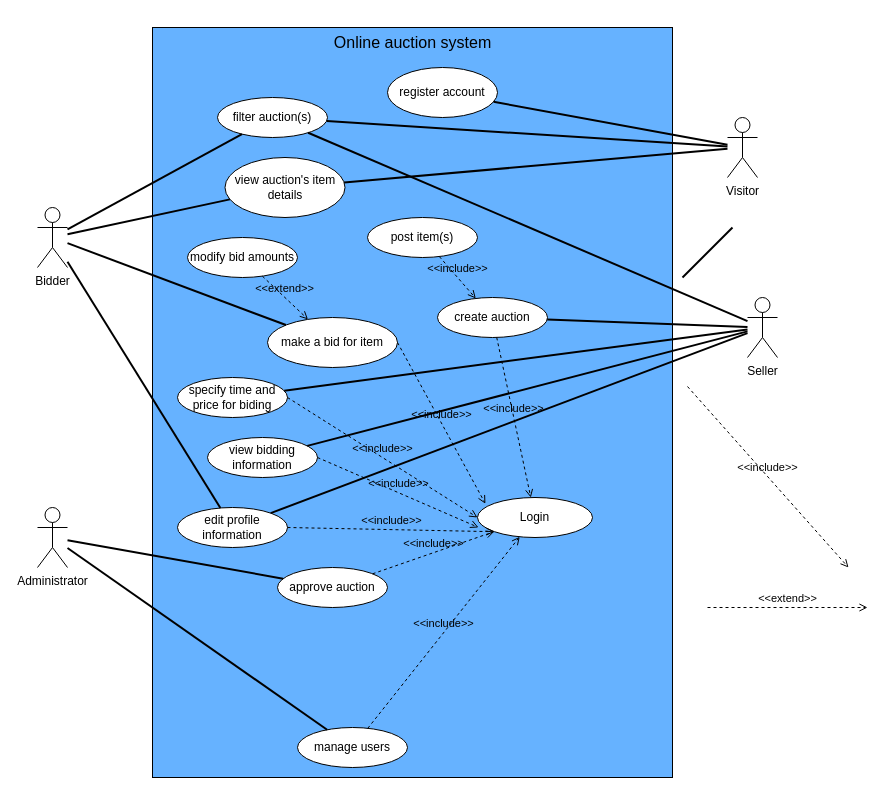
Earlier version of the draw.io diagram page "Page-1" (1 of 23) of ooad-usecase-model.drawio (dotruong1910/ooad). Source tidied: cells renumbered, new cells numbered last; positions are measured from the earlier drawing's top-left corner, leaving out a move shared by most shapes. Both pictures are drawn from the tidied source at 100%, with x=0, y=0 at pixel (37, 27).
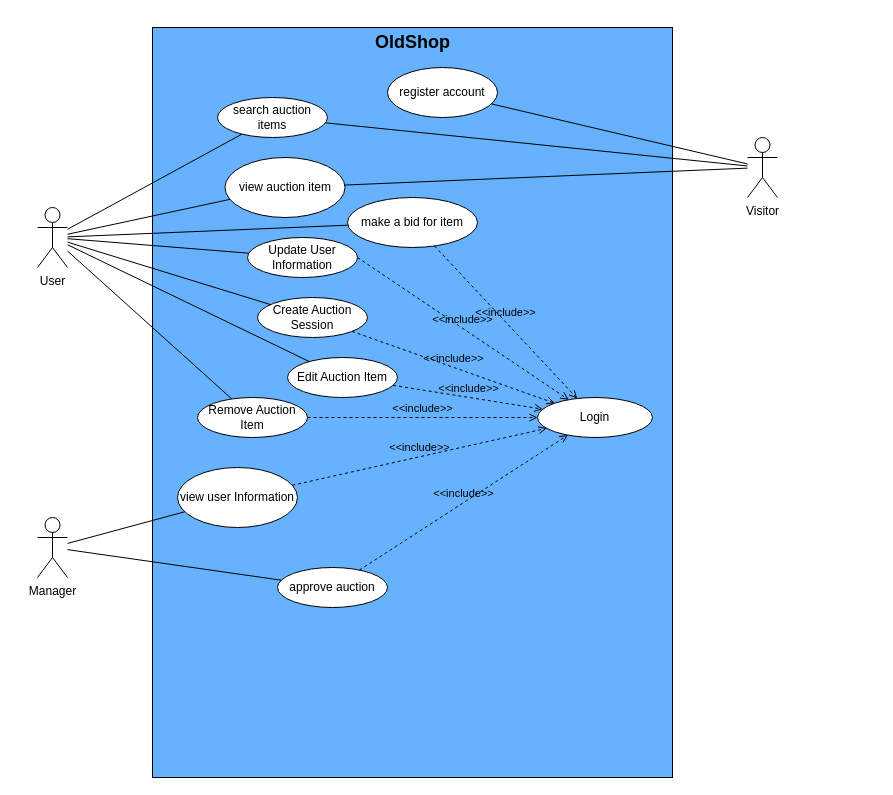
The same diagram, later.

Unchanged cells that the change refers to:
```xml
<mxCell id="14" value="approve auction" style="ellipse;whiteSpace=wrap;html=1;" parent="1" vertex="1">
  <mxGeometry x="240" y="540" width="110" height="40" as="geometry" />
</mxCell>
<mxCell id="32" value="register account" style="ellipse;whiteSpace=wrap;html=1;" parent="1" vertex="1">
  <mxGeometry x="350" y="40" width="110" height="50" as="geometry" />
</mxCell>
```

The edit, as a diff of the source:
```diff
@@
-    <mxCell id="3" value="Bidder" style="shape=umlActor;verticalLabelPosition=bottom;verticalAlign=top;html=1;outlineConnect=0;" parent="1" vertex="1">
+    <mxCell id="3" value="User" style="shape=umlActor;verticalLabelPosition=bottom;verticalAlign=top;html=1;outlineConnect=0;" parent="1" vertex="1">
       <mxGeometry y="180" width="30" height="60" as="geometry" />
     </mxCell>
-    <mxCell id="4" value="Seller" style="shape=umlActor;verticalLabelPosition=bottom;verticalAlign=top;html=1;outlineConnect=0;" parent="1" vertex="1">
-      <mxGeometry x="710" y="270" width="30" height="60" as="geometry" />
-    </mxCell>
-    <mxCell id="5" value="Administrator" style="shape=umlActor;verticalLabelPosition=bottom;verticalAlign=top;html=1;outlineConnect=0;" parent="1" vertex="1">
-      <mxGeometry y="480" width="30" height="60" as="geometry" />
+    <mxCell id="5" value="Manager" style="shape=umlActor;verticalLabelPosition=bottom;verticalAlign=top;html=1;outlineConnect=0;" parent="1" vertex="1">
+      <mxGeometry y="490" width="30" height="60" as="geometry" />
     </mxCell>
-    <mxCell id="6" value="filter auction(s)" style="ellipse;whiteSpace=wrap;html=1;" parent="1" vertex="1">
+    <mxCell id="6" value="search auction items" style="ellipse;whiteSpace=wrap;html=1;" parent="1" vertex="1">
       <mxGeometry x="180" y="70" width="110" height="40" as="geometry" />
     </mxCell>
     <mxCell id="7" value="Login" style="ellipse;whiteSpace=wrap;html=1;" parent="1" vertex="1">
-      <mxGeometry x="440" y="470" width="115" height="40" as="geometry" />
+      <mxGeometry x="500" y="370" width="115" height="40" as="geometry" />
     </mxCell>
-    <mxCell id="8" value="post item(s)" style="ellipse;whiteSpace=wrap;html=1;" parent="1" vertex="1">
-      <mxGeometry x="330" y="190" width="110" height="40" as="geometry" />
-    </mxCell>
-    <mxCell id="9" value="view auction's item details" style="ellipse;whiteSpace=wrap;html=1;" parent="1" vertex="1">
+    <mxCell id="9" value="view auction item " style="ellipse;whiteSpace=wrap;html=1;" parent="1" vertex="1">
       <mxGeometry x="187.5" y="130" width="120" height="60" as="geometry" />
     </mxCell>
     <mxCell id="10" value="make a bid for item" style="ellipse;whiteSpace=wrap;html=1;" parent="1" vertex="1">
-      <mxGeometry x="230" y="290" width="130" height="50" as="geometry" />
+      <mxGeometry x="310" y="170" width="130" height="50" as="geometry" />
     </mxCell>
-    <mxCell id="11" value="specify time and price for biding" style="ellipse;whiteSpace=wrap;html=1;" parent="1" vertex="1">
-      <mxGeometry x="140" y="350" width="110" height="40" as="geometry" />
-    </mxCell>
-    <mxCell id="12" value="view bidding information" style="ellipse;whiteSpace=wrap;html=1;" parent="1" vertex="1">
-      <mxGeometry x="170" y="410" width="110" height="40" as="geometry" />
-    </mxCell>
-    <mxCell id="13" value="edit profile information" style="ellipse;whiteSpace=wrap;html=1;" parent="1" vertex="1">
-      <mxGeometry x="140" y="480" width="110" height="40" as="geometry" />
+    <mxCell id="13" value="Update User Information" style="ellipse;whiteSpace=wrap;html=1;" parent="1" vertex="1">
+      <mxGeometry x="210" y="210" width="110" height="40" as="geometry" />
     </mxCell>
@@
-    <mxCell id="15" value="manage users" style="ellipse;whiteSpace=wrap;html=1;" parent="1" vertex="1">
-      <mxGeometry x="260" y="700" width="110" height="40" as="geometry" />
-    </mxCell>
-    <mxCell id="16" value="&amp;lt;&amp;lt;include&amp;gt;&amp;gt;" style="html=1;verticalAlign=bottom;labelBackgroundColor=none;endArrow=open;endFill=0;dashed=1;rounded=0;exitX=1;exitY=0.5;exitDx=0;exitDy=0;entryX=0.069;entryY=0.157;entryDx=0;entryDy=0;entryPerimeter=0;" parent="1" edge="1" source="10" target="7">
-      <mxGeometry relative="1" as="geometry" />
-    </mxCell>
-    <mxCell id="17" value="&amp;lt;&amp;lt;include&amp;gt;&amp;gt;" style="html=1;verticalAlign=bottom;labelBackgroundColor=none;endArrow=open;endFill=0;dashed=1;rounded=0;exitX=1;exitY=0.5;exitDx=0;exitDy=0;entryX=0;entryY=0.5;entryDx=0;entryDy=0;" parent="1" edge="1" source="11" target="7">
-      <mxGeometry relative="1" as="geometry" />
-    </mxCell>
-    <mxCell id="18" value="&amp;lt;&amp;lt;include&amp;gt;&amp;gt;" style="html=1;verticalAlign=bottom;labelBackgroundColor=none;endArrow=open;endFill=0;dashed=1;rounded=0;exitX=1;exitY=0.5;exitDx=0;exitDy=0;entryX=0.009;entryY=0.749;entryDx=0;entryDy=0;entryPerimeter=0;" parent="1" edge="1" source="12" target="7">
-      <mxGeometry relative="1" as="geometry" />
-    </mxCell>
-    <mxCell id="19" value="&amp;lt;&amp;lt;include&amp;gt;&amp;gt;" style="html=1;verticalAlign=bottom;labelBackgroundColor=none;endArrow=open;endFill=0;dashed=1;rounded=0;exitX=1;exitY=0.5;exitDx=0;exitDy=0;entryX=0;entryY=1;entryDx=0;entryDy=0;" parent="1" edge="1" source="13" target="7">
+    <mxCell id="19" value="&amp;lt;&amp;lt;include&amp;gt;&amp;gt;" style="html=1;verticalAlign=bottom;labelBackgroundColor=none;endArrow=open;endFill=0;dashed=1;rounded=0;exitX=1;exitY=0.5;exitDx=0;exitDy=0;" parent="1" edge="1" source="13" target="7">
       <mxGeometry relative="1" as="geometry" />
     </mxCell>
-    <mxCell id="20" style="endArrow=none;startArrow=none;endFill=0;startFill=0;endSize=8;html=1;verticalAlign=bottom;labelBackgroundColor=none;strokeWidth=2;rounded=0;" parent="1" edge="1" source="13" target="4">
-      <mxGeometry relative="1" as="geometry" />
-    </mxCell>
-    <mxCell id="21" style="endArrow=none;startArrow=none;endFill=0;startFill=0;endSize=8;html=1;verticalAlign=bottom;labelBackgroundColor=none;strokeWidth=2;rounded=0;" parent="1" edge="1" source="11" target="4">
-      <mxGeometry relative="1" as="geometry" />
-    </mxCell>
-    <mxCell id="22" style="endArrow=none;startArrow=none;endFill=0;startFill=0;endSize=8;html=1;verticalAlign=bottom;labelBackgroundColor=none;strokeWidth=2;rounded=0;" parent="1" edge="1" source="3" target="9">
+    <mxCell id="22" style="endArrow=none;startArrow=none;endFill=0;startFill=0;endSize=8;html=1;verticalAlign=bottom;labelBackgroundColor=none;strokeWidth=1;rounded=0;" parent="1" edge="1" source="3" target="9">
       <mxGeometry relative="1" as="geometry" />
     </mxCell>
-    <mxCell id="23" style="endArrow=none;startArrow=none;endFill=0;startFill=0;endSize=8;html=1;verticalAlign=bottom;labelBackgroundColor=none;strokeWidth=2;rounded=0;" parent="1" edge="1" source="12" target="4">
-      <mxGeometry relative="1" as="geometry" />
-    </mxCell>
-    <mxCell id="24" style="endArrow=none;startArrow=none;endFill=0;startFill=0;endSize=8;html=1;verticalAlign=bottom;labelBackgroundColor=none;strokeWidth=2;rounded=0;" parent="1" edge="1" source="3" target="13">
+    <mxCell id="24" style="endArrow=none;startArrow=none;endFill=0;startFill=0;endSize=8;html=1;verticalAlign=bottom;labelBackgroundColor=none;strokeWidth=1;rounded=0;" parent="1" edge="1" source="3" target="13">
       <mxGeometry relative="1" as="geometry" />
     </mxCell>
-    <mxCell id="25" style="endArrow=none;startArrow=none;endFill=0;startFill=0;endSize=8;html=1;verticalAlign=bottom;labelBackgroundColor=none;strokeWidth=2;rounded=0;" parent="1" edge="1" source="3" target="10">
+    <mxCell id="25" style="endArrow=none;startArrow=none;endFill=0;startFill=0;endSize=8;html=1;verticalAlign=bottom;labelBackgroundColor=none;strokeWidth=1;rounded=0;" parent="1" edge="1" source="3" target="10">
       <mxGeometry relative="1" as="geometry" />
     </mxCell>
-    <mxCell id="26" style="endArrow=none;startArrow=none;endFill=0;startFill=0;endSize=8;html=1;verticalAlign=bottom;labelBackgroundColor=none;strokeWidth=2;rounded=0;" parent="1" edge="1" source="3" target="6">
+    <mxCell id="26" style="endArrow=none;startArrow=none;endFill=0;startFill=0;endSize=8;html=1;verticalAlign=bottom;labelBackgroundColor=none;strokeWidth=1;rounded=0;" parent="1" edge="1" source="3" target="6">
       <mxGeometry relative="1" as="geometry" />
     </mxCell>
-    <mxCell id="27" style="endArrow=none;startArrow=none;endFill=0;startFill=0;endSize=8;html=1;verticalAlign=bottom;labelBackgroundColor=none;strokeWidth=2;rounded=0;" parent="1" edge="1" source="6" target="4">
-      <mxGeometry relative="1" as="geometry" />
-    </mxCell>
-    <mxCell id="28" style="endArrow=none;startArrow=none;endFill=0;startFill=0;endSize=8;html=1;verticalAlign=bottom;labelBackgroundColor=none;strokeWidth=2;rounded=0;" parent="1" edge="1" source="5" target="14">
+    <mxCell id="28" style="endArrow=none;startArrow=none;endFill=0;startFill=0;endSize=8;html=1;verticalAlign=bottom;labelBackgroundColor=none;strokeWidth=1;rounded=0;" parent="1" edge="1" source="5" target="14">
       <mxGeometry relative="1" as="geometry" />
     </mxCell>
-    <mxCell id="29" style="endArrow=none;startArrow=none;endFill=0;startFill=0;endSize=8;html=1;verticalAlign=bottom;labelBackgroundColor=none;strokeWidth=2;rounded=0;" parent="1" edge="1" source="5" target="15">
-      <mxGeometry relative="1" as="geometry" />
-    </mxCell>
@@
-    <mxCell id="31" value="&amp;lt;&amp;lt;include&amp;gt;&amp;gt;" style="html=1;verticalAlign=bottom;labelBackgroundColor=none;endArrow=open;endFill=0;dashed=1;rounded=0;" parent="1" edge="1" source="15" target="7">
-      <mxGeometry relative="1" as="geometry" />
-    </mxCell>
@@
-    <mxCell id="33" value="&lt;font style=&quot;font-size: 16px;&quot;&gt;Online auction system&lt;/font&gt;" style="text;html=1;strokeColor=none;fillColor=none;align=center;verticalAlign=middle;whiteSpace=wrap;rounded=0;" parent="1" vertex="1">
+    <mxCell id="33" value="&lt;h2&gt;OldShop&lt;/h2&gt;" style="text;html=1;strokeColor=none;fillColor=none;align=center;verticalAlign=middle;whiteSpace=wrap;rounded=0;" parent="1" vertex="1">
       <mxGeometry x="278" width="195" height="30" as="geometry" />
     </mxCell>
     <mxCell id="34" value="Visitor" style="shape=umlActor;verticalLabelPosition=bottom;verticalAlign=top;html=1;outlineConnect=0;" parent="1" vertex="1">
-      <mxGeometry x="690" y="90" width="30" height="60" as="geometry" />
+      <mxGeometry x="710" y="110" width="30" height="60" as="geometry" />
     </mxCell>
-    <mxCell id="35" style="endArrow=none;html=1;rounded=0;strokeWidth=2;" parent="1" edge="1" source="9" target="34">
+    <mxCell id="35" style="endArrow=none;html=1;rounded=0;strokeWidth=1;" parent="1" edge="1" source="9" target="34">
       <mxGeometry relative="1" as="geometry" />
     </mxCell>
-    <mxCell id="36" style="endArrow=none;html=1;rounded=0;strokeWidth=2;" parent="1" edge="1" source="6" target="34">
+    <mxCell id="36" style="endArrow=none;html=1;rounded=0;strokeWidth=1;" parent="1" edge="1" source="6" target="34">
       <mxGeometry relative="1" as="geometry" />
     </mxCell>
-    <mxCell id="37" style="endArrow=none;html=1;rounded=0;strokeWidth=2;" parent="1" edge="1" source="32" target="34">
+    <mxCell id="37" style="endArrow=none;html=1;rounded=0;strokeWidth=1;" parent="1" edge="1" source="32" target="34">
       <mxGeometry relative="1" as="geometry" />
     </mxCell>
-    <mxCell id="38" value="create auction" style="ellipse;whiteSpace=wrap;html=1;" parent="1" vertex="1">
-      <mxGeometry x="400" y="270" width="110" height="40" as="geometry" />
-    </mxCell>
-    <mxCell id="39" value="&amp;lt;&amp;lt;include&amp;gt;&amp;gt;" style="html=1;verticalAlign=bottom;labelBackgroundColor=none;endArrow=open;endFill=0;dashed=1;rounded=0;exitX=1;exitY=0.5;exitDx=0;exitDy=0;" parent="1" edge="1">
-      <mxGeometry relative="1" as="geometry">
-        <mxPoint x="650" y="359" as="sourcePoint" />
-        <mxPoint x="811" y="540" as="targetPoint" />
-      </mxGeometry>
-    </mxCell>
-    <mxCell id="40" value="&amp;lt;&amp;lt;include&amp;gt;&amp;gt;" style="html=1;verticalAlign=bottom;labelBackgroundColor=none;endArrow=open;endFill=0;dashed=1;rounded=0;" parent="1" edge="1" source="8" target="38">
-      <mxGeometry relative="1" as="geometry" />
-    </mxCell>
-    <mxCell id="41" style="endArrow=none;html=1;rounded=0;strokeWidth=2;" parent="1" edge="1" source="38" target="4">
-      <mxGeometry relative="1" as="geometry" />
-    </mxCell>
-    <mxCell id="42" value="&amp;lt;&amp;lt;include&amp;gt;&amp;gt;" style="html=1;verticalAlign=bottom;labelBackgroundColor=none;endArrow=open;endFill=0;dashed=1;rounded=0;" parent="1" edge="1" source="38" target="7">
-      <mxGeometry relative="1" as="geometry" />
-    </mxCell>
-    <mxCell id="43" style="endArrow=none;html=1;rounded=0;strokeWidth=2;" parent="1" edge="1">
-      <mxGeometry relative="1" as="geometry">
-        <mxPoint x="645" y="250" as="sourcePoint" />
-        <mxPoint x="695" y="200" as="targetPoint" />
-      </mxGeometry>
-    </mxCell>
-    <mxCell id="44" value="modify bid amounts" style="ellipse;whiteSpace=wrap;html=1;" parent="1" vertex="1">
-      <mxGeometry x="150" y="210" width="110" height="40" as="geometry" />
-    </mxCell>
-    <mxCell id="45" value="&amp;lt;&amp;lt;extend&amp;gt;&amp;gt;" style="html=1;verticalAlign=bottom;labelBackgroundColor=none;endArrow=open;endFill=0;dashed=1;rounded=0;" parent="1" edge="1">
-      <mxGeometry relative="1" as="geometry">
-        <mxPoint x="670" y="580" as="sourcePoint" />
-        <mxPoint x="830" y="580" as="targetPoint" />
-      </mxGeometry>
-    </mxCell>
-    <mxCell id="46" value="&amp;lt;&amp;lt;extend&amp;gt;&amp;gt;" style="html=1;verticalAlign=bottom;labelBackgroundColor=none;endArrow=open;endFill=0;dashed=1;rounded=0;" parent="1" edge="1" source="44" target="10">
-      <mxGeometry relative="1" as="geometry" />
-    </mxCell>
+    <mxCell id="47" value="view user&amp;nbsp;Information  " style="ellipse;whiteSpace=wrap;html=1;" parent="1" vertex="1">
+      <mxGeometry x="140" y="440" width="120" height="60" as="geometry" />
+    </mxCell>
+    <mxCell id="48" style="endArrow=none;html=1;rounded=0;" parent="1" edge="1" source="5" target="47">
+      <mxGeometry relative="1" as="geometry" />
+    </mxCell>
+    <mxCell id="49" value="Create Auction Session" style="ellipse;whiteSpace=wrap;html=1;" parent="1" vertex="1">
+      <mxGeometry x="220" y="270" width="110" height="40" as="geometry" />
+    </mxCell>
+    <mxCell id="50" style="endArrow=none;startArrow=none;endFill=0;startFill=0;endSize=8;html=1;verticalAlign=bottom;labelBackgroundColor=none;strokeWidth=1;rounded=0;" parent="1" edge="1" source="3" target="49">
+      <mxGeometry relative="1" as="geometry" />
+    </mxCell>
+    <mxCell id="51" value="Edit Auction Item" style="ellipse;whiteSpace=wrap;html=1;" parent="1" vertex="1">
+      <mxGeometry x="250" y="330" width="110" height="40" as="geometry" />
+    </mxCell>
+    <mxCell id="52" style="endArrow=none;html=1;rounded=0;" parent="1" edge="1" source="51" target="3">
+      <mxGeometry relative="1" as="geometry" />
+    </mxCell>
+    <mxCell id="53" value="Remove Auction Item" style="ellipse;whiteSpace=wrap;html=1;" parent="1" vertex="1">
+      <mxGeometry x="160" y="370" width="110" height="40" as="geometry" />
+    </mxCell>
+    <mxCell id="54" style="endArrow=none;html=1;rounded=0;" parent="1" edge="1" source="53" target="3">
+      <mxGeometry relative="1" as="geometry" />
+    </mxCell>
+    <mxCell id="55" value="&amp;lt;&amp;lt;include&amp;gt;&amp;gt;" style="html=1;verticalAlign=bottom;labelBackgroundColor=none;endArrow=open;endFill=0;dashed=1;rounded=0;" parent="1" edge="1" source="49" target="7">
+      <mxGeometry relative="1" as="geometry" />
+    </mxCell>
+    <mxCell id="16" value="&amp;lt;&amp;lt;include&amp;gt;&amp;gt;" style="html=1;verticalAlign=bottom;labelBackgroundColor=none;endArrow=open;endFill=0;dashed=1;rounded=0;" parent="1" edge="1" source="10" target="7">
+      <mxGeometry relative="1" as="geometry" />
+    </mxCell>
+    <mxCell id="56" value="&amp;lt;&amp;lt;include&amp;gt;&amp;gt;" style="html=1;verticalAlign=bottom;labelBackgroundColor=none;endArrow=open;endFill=0;dashed=1;rounded=0;" parent="1" edge="1" source="51" target="7">
+      <mxGeometry relative="1" as="geometry" />
+    </mxCell>
+    <mxCell id="57" value="&amp;lt;&amp;lt;include&amp;gt;&amp;gt;" style="html=1;verticalAlign=bottom;labelBackgroundColor=none;endArrow=open;endFill=0;dashed=1;rounded=0;" parent="1" edge="1" source="53" target="7">
+      <mxGeometry relative="1" as="geometry" />
+    </mxCell>
+    <mxCell id="58" value="&amp;lt;&amp;lt;include&amp;gt;&amp;gt;" style="html=1;verticalAlign=bottom;labelBackgroundColor=none;endArrow=open;endFill=0;dashed=1;rounded=0;" parent="1" edge="1" source="47" target="7">
+      <mxGeometry relative="1" as="geometry" />
+    </mxCell>
```
